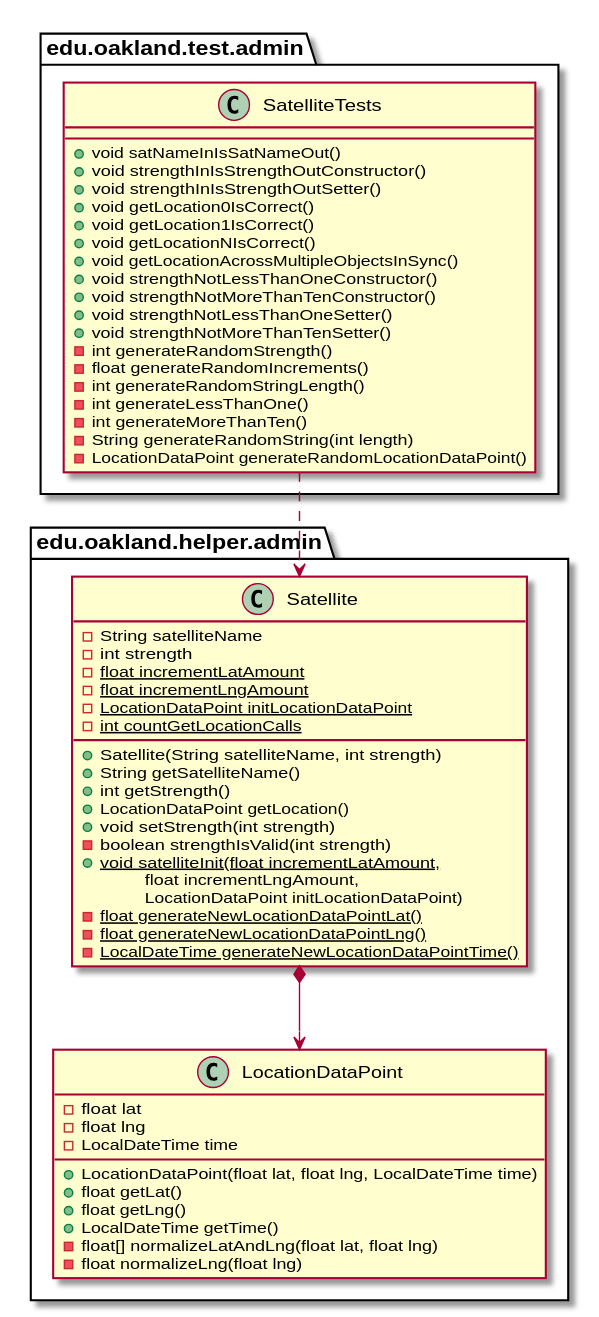
Before: docs/uml-class-diagrams/admin/test/SatelliteTests/SatelliteTests_Closure.svg, a diagram exported from PlantUML (andrewdimmer/csi-3370-software-project).
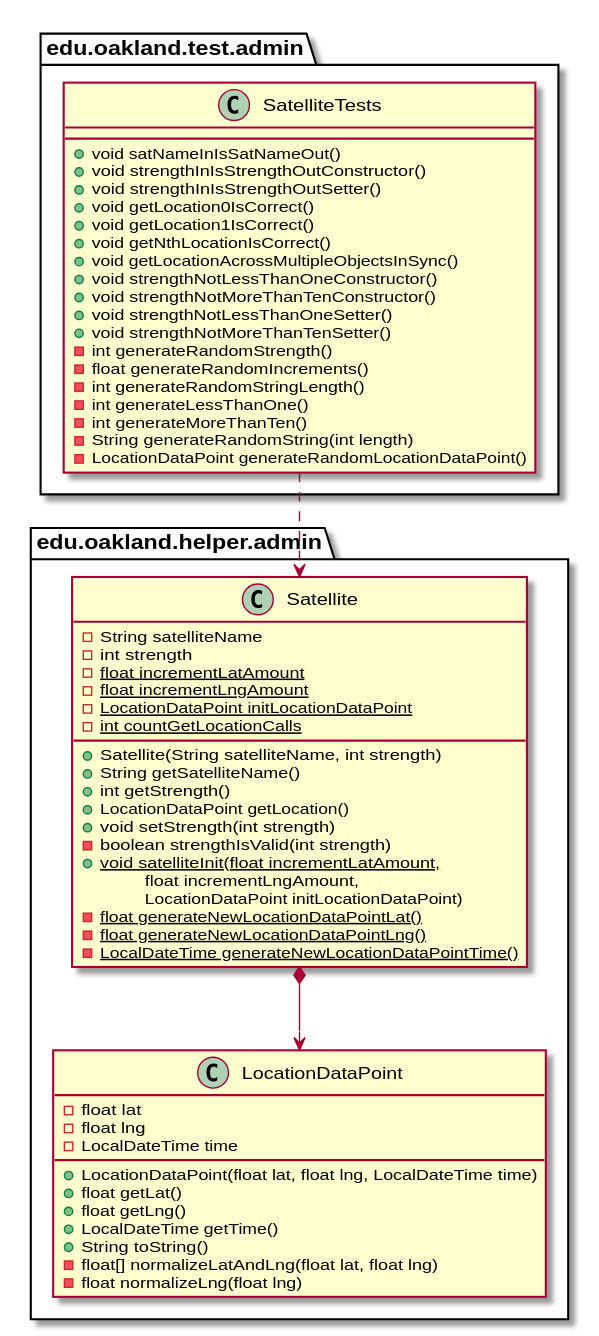
The same file after the commit.

Change to the diagram source:
```diff
@@ -8,7 +8,7 @@
        + void strengthInIsStrengthOutSetter()
        + void getLocation0IsCorrect()
        + void getLocation1IsCorrect()
-       + void getLocationNIsCorrect()
+       + void getNthLocationIsCorrect()
        + void getLocationAcrossMultipleObjectsInSync()
        + void strengthNotLessThanOneConstructor()
        + void strengthNotMoreThanTenConstructor()
@@ -63,6 +63,7 @@
         + float getLat()
         + float getLng()
         + LocalDateTime getTime()
+        + String toString()
         - float[] normalizeLatAndLng(float lat, float lng)
         - float normalizeLng(float lng)
     }
```
